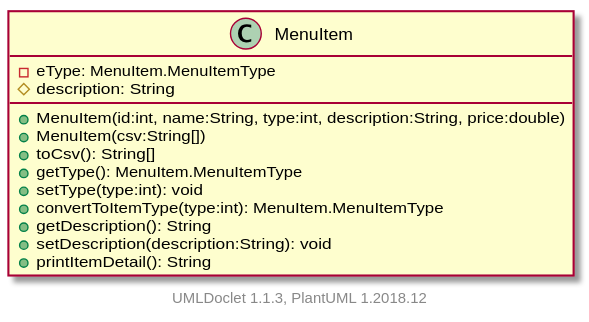
The PlantUML diagram projects/oodp/html/umlversion/uml/sg.edu.ntu.scse.cz2002.objects.restaurantItem.MenuItem.svg in itachi1706/How-to-use-Git-NTUSCSE1819-Site, before a commit. Its diagram source:
```plantuml
@startuml

    class MenuItem [[../sg/edu/ntu/scse/cz2002/objects/restaurantItem/MenuItem.html]] {
        -eType: MenuItem.MenuItemType
        #description: String
        +MenuItem(id:int, name:String, type:int, description:String, price:double)
        +MenuItem(csv:String[])
        +toCsv(): String[]
        +getType(): MenuItem.MenuItemType
        +setType(type:int): void
        +convertToItemType(type:int): MenuItem.MenuItemType
        +getDescription(): String
        +setDescription(description:String): void
        +printItemDetail(): String
    }


    center footer UMLDoclet 1.1.3, PlantUML 1.2018.12
@enduml
```
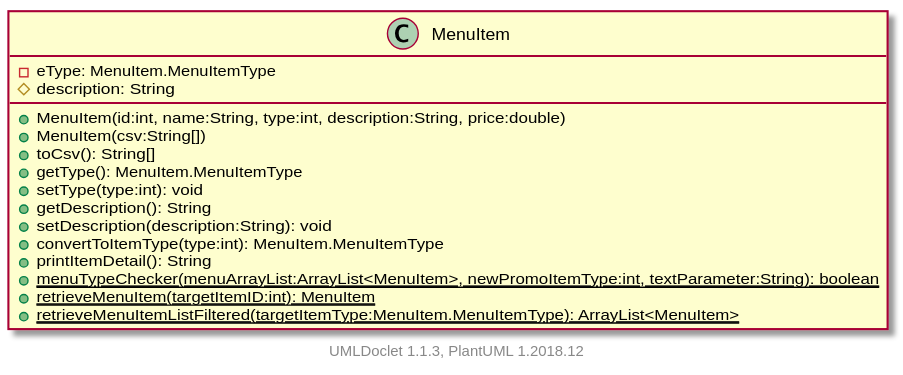
Later version of the same file.

The edit, as a diff of the source:
```diff
@@ -8,10 +8,13 @@
         +toCsv(): String[]
         +getType(): MenuItem.MenuItemType
         +setType(type:int): void
-        +convertToItemType(type:int): MenuItem.MenuItemType
         +getDescription(): String
         +setDescription(description:String): void
+        +convertToItemType(type:int): MenuItem.MenuItemType
         +printItemDetail(): String
+        {static} +menuTypeChecker(menuArrayList:ArrayList<MenuItem>, newPromoItemType:int, textParameter:String): boolean
+        {static} +retrieveMenuItem(targetItemID:int): MenuItem
+        {static} +retrieveMenuItemListFiltered(targetItemType:MenuItem.MenuItemType): ArrayList<MenuItem>
     }
 
 
```
